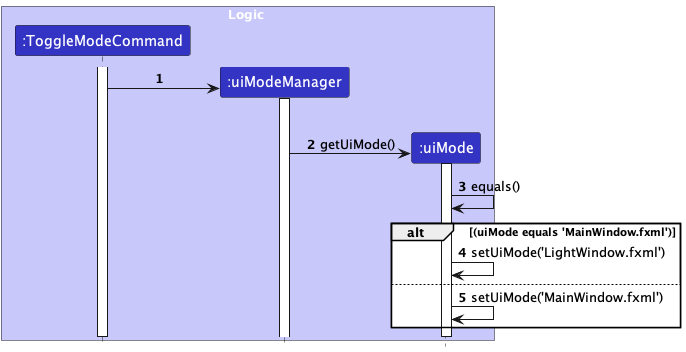
This is diagrams/ToggleModeSequenceDiagram.png from AY2324S1-CS2103-W14-1/tp, a PlantUML export, as it was before one commit.
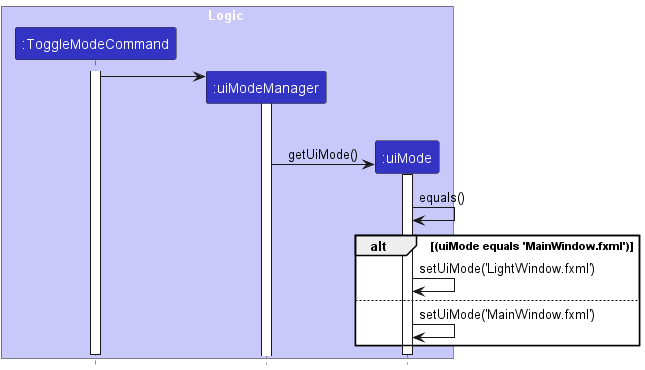
Above is the later version.

Change to the diagram source:
```diff
@@ -8,7 +8,6 @@
 participant ":uiMode" as uiMode LOGIC_COLOR
 end box
 
-autonumber
 activate ToggleModeCommand
 create uiModeManager
 ToggleModeCommand -> uiModeManager
@@ -26,6 +25,4 @@
 else
 deactivate uiMode
 deactivate ToggleModeCommand
-
-
 @enduml
```
